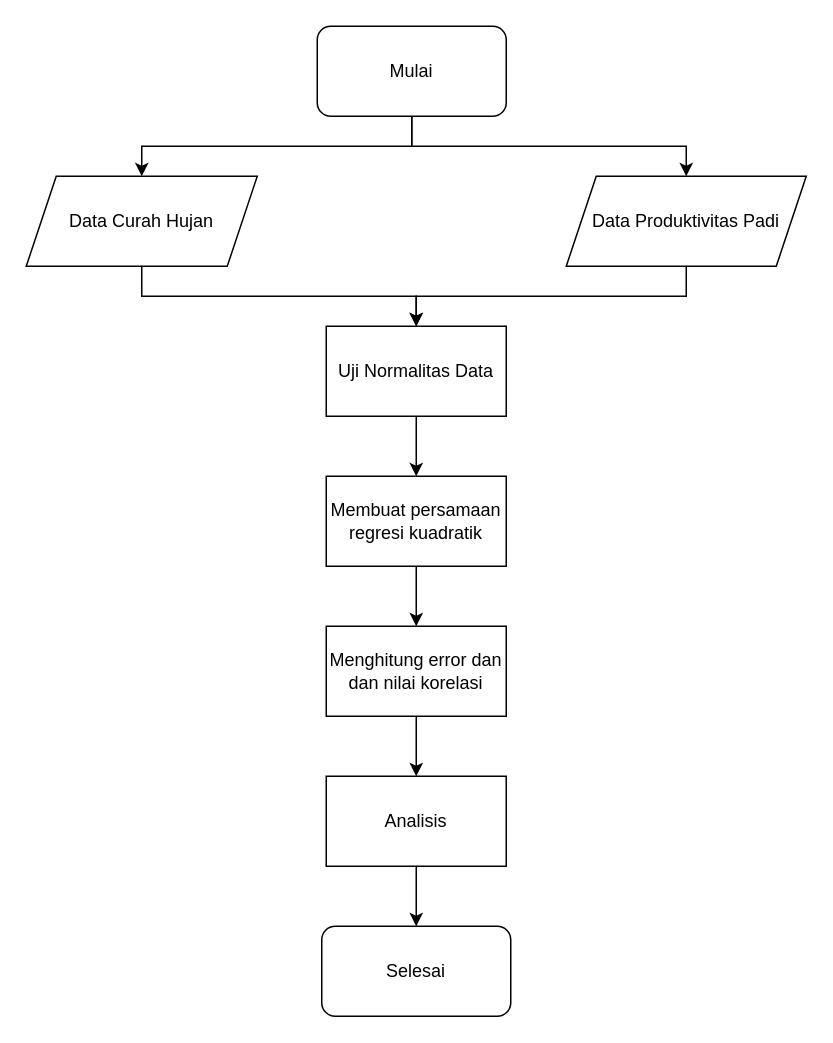
Before: Untitled Diagram.drawio in dhava-gautama/pertama, a draw.io diagram. Source tidied: cells renumbered, new cells numbered last; positions are measured from the earlier drawing's top-left corner, leaving out a move shared by most shapes. Both pictures are drawn from the tidied source at 150%, with x=0, y=0 at pixel (26, 26).
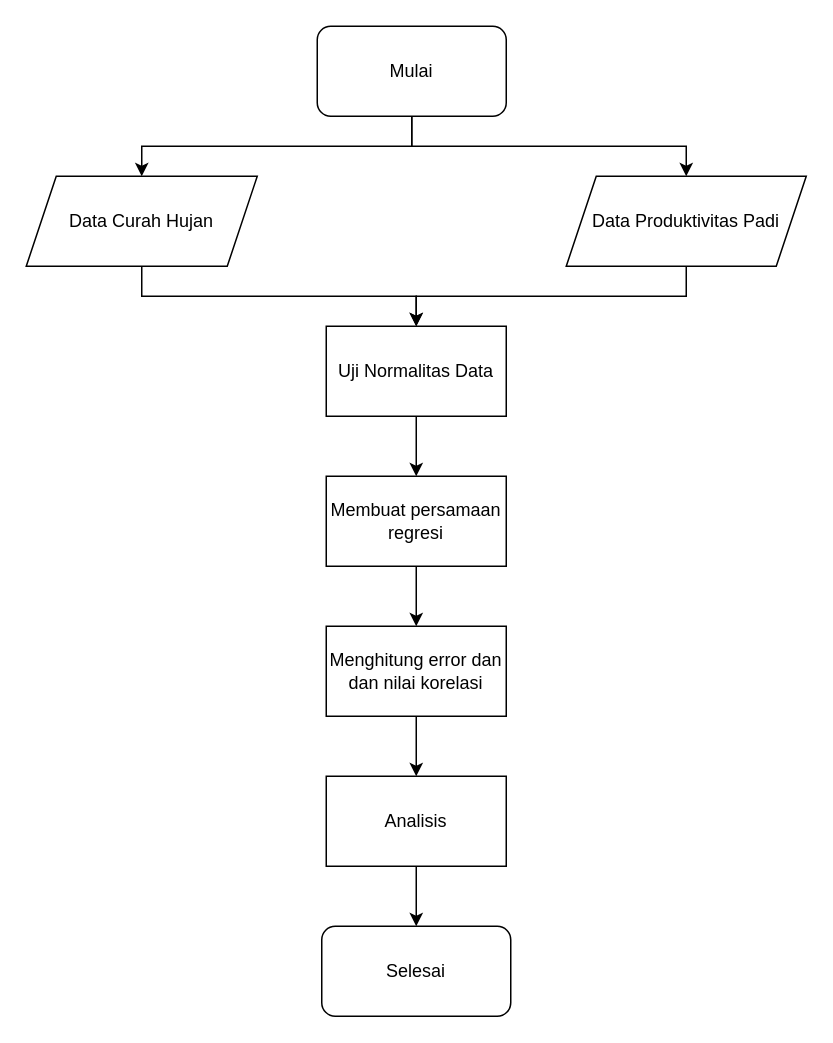
After the change.

Diff of the diagram source:
```diff
@@
 <mxGraphModel>
   <root>
     <mxCell id="0" />
     <mxCell id="1" parent="0" />
     <mxCell id="2" style="edgeStyle=orthogonalEdgeStyle;rounded=0;jettySize=auto;html=1;exitX=0.5;exitY=1;exitDx=0;exitDy=0;entryX=0.5;entryY=0;entryDx=0;entryDy=0;" parent="1" edge="1" source="4" target="8">
       <mxGeometry relative="1" as="geometry" />
     </mxCell>
     <mxCell id="3" style="edgeStyle=orthogonalEdgeStyle;rounded=0;jettySize=auto;html=1;exitX=0.5;exitY=1;exitDx=0;exitDy=0;entryX=0.5;entryY=0;entryDx=0;entryDy=0;" parent="1" edge="1" source="4" target="6">
       <mxGeometry relative="1" as="geometry" />
     </mxCell>
     <mxCell id="4" value="Mulai" style="rounded=1;whiteSpace=wrap;html=1;" parent="1" vertex="1">
       <mxGeometry x="194" width="126" height="60" as="geometry" />
     </mxCell>
     <mxCell id="5" style="edgeStyle=orthogonalEdgeStyle;rounded=0;jettySize=auto;html=1;exitX=0.5;exitY=1;exitDx=0;exitDy=0;entryX=0.5;entryY=0;entryDx=0;entryDy=0;" parent="1" edge="1" source="6" target="10">
       <mxGeometry relative="1" as="geometry" />
     </mxCell>
     <mxCell id="6" value="Data Curah Hujan" style="shape=parallelogram;perimeter=parallelogramPerimeter;whiteSpace=wrap;html=1;fixedSize=1;" parent="1" vertex="1">
       <mxGeometry y="100" width="154" height="60" as="geometry" />
     </mxCell>
     <mxCell id="7" style="edgeStyle=orthogonalEdgeStyle;rounded=0;jettySize=auto;html=1;exitX=0.5;exitY=1;exitDx=0;exitDy=0;entryX=0.5;entryY=0;entryDx=0;entryDy=0;" parent="1" edge="1" source="8" target="10">
       <mxGeometry relative="1" as="geometry" />
     </mxCell>
     <mxCell id="8" value="Data Produktivitas Padi" style="shape=parallelogram;perimeter=parallelogramPerimeter;whiteSpace=wrap;html=1;fixedSize=1;" parent="1" vertex="1">
       <mxGeometry x="360" y="100" width="160" height="60" as="geometry" />
     </mxCell>
     <mxCell id="9" style="edgeStyle=orthogonalEdgeStyle;rounded=0;jettySize=auto;html=1;exitX=0.5;exitY=1;exitDx=0;exitDy=0;entryX=0.5;entryY=0;entryDx=0;entryDy=0;" parent="1" edge="1" source="10" target="12">
       <mxGeometry relative="1" as="geometry" />
     </mxCell>
     <mxCell id="10" value="Uji Normalitas Data" style="rounded=0;whiteSpace=wrap;html=1;" parent="1" vertex="1">
       <mxGeometry x="200" y="200" width="120" height="60" as="geometry" />
     </mxCell>
     <mxCell id="11" style="edgeStyle=orthogonalEdgeStyle;rounded=0;jettySize=auto;html=1;exitX=0.5;exitY=1;exitDx=0;exitDy=0;entryX=0.5;entryY=0;entryDx=0;entryDy=0;" parent="1" edge="1" source="12" target="14">
       <mxGeometry relative="1" as="geometry" />
     </mxCell>
-    <mxCell id="12" value="Membuat persamaan regresi kuadratik" style="rounded=0;whiteSpace=wrap;html=1;" parent="1" vertex="1">
+    <mxCell id="12" value="Membuat persamaan regresi" style="rounded=0;whiteSpace=wrap;html=1;" parent="1" vertex="1">
       <mxGeometry x="200" y="300" width="120" height="60" as="geometry" />
     </mxCell>
     <mxCell id="13" style="edgeStyle=orthogonalEdgeStyle;rounded=0;jettySize=auto;html=1;exitX=0.5;exitY=1;exitDx=0;exitDy=0;entryX=0.5;entryY=0;entryDx=0;entryDy=0;" parent="1" edge="1" source="14" target="16">
       <mxGeometry relative="1" as="geometry" />
     </mxCell>
     <mxCell id="14" value="Menghitung error dan dan nilai korelasi" style="rounded=0;whiteSpace=wrap;html=1;" parent="1" vertex="1">
       <mxGeometry x="200" y="400" width="120" height="60" as="geometry" />
     </mxCell>
     <mxCell id="15" style="edgeStyle=orthogonalEdgeStyle;rounded=0;jettySize=auto;html=1;exitX=0.5;exitY=1;exitDx=0;exitDy=0;" parent="1" edge="1" source="16" target="17">
       <mxGeometry relative="1" as="geometry" />
     </mxCell>
     <mxCell id="16" value="Analisis" style="rounded=0;whiteSpace=wrap;html=1;" parent="1" vertex="1">
       <mxGeometry x="200" y="500" width="120" height="60" as="geometry" />
     </mxCell>
     <mxCell id="17" value="Selesai" style="rounded=1;whiteSpace=wrap;html=1;" parent="1" vertex="1">
       <mxGeometry x="197" y="600" width="126" height="60" as="geometry" />
     </mxCell>
   </root>
 </mxGraphModel>
```
